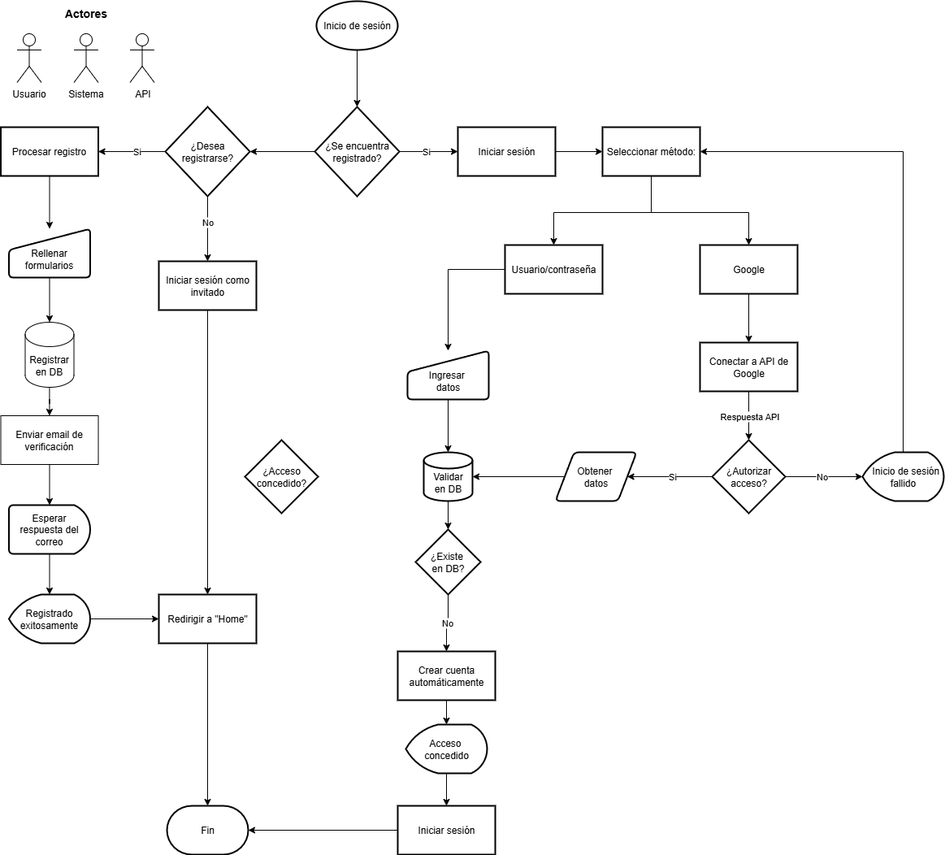
DjGuetta/App-Hotel-Management keeps this draw.io diagram as Flujograma de registro e inicio de sesión.png. Above is the earlier version. Source tidied: cells renumbered, new cells last; positions are measured from the earlier drawing's top-left corner, leaving out a move shared by most shapes.
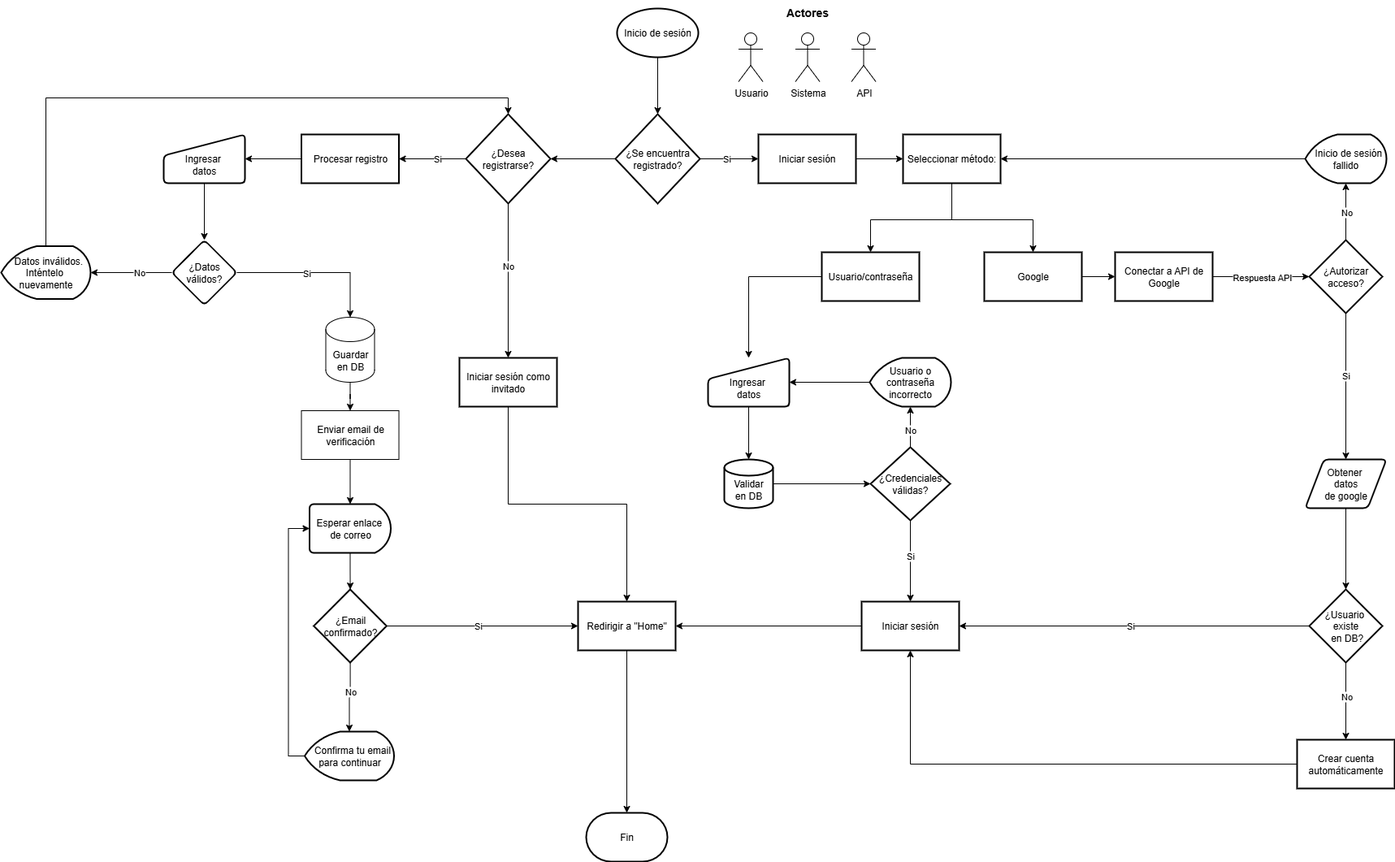
After the change.

Commit message:
Trabajo concluido

The edit, as a diff of the source:
```diff
@@ -5,9 +5,9 @@
     <mxCell id="2" value="Usuario" style="shape=umlActor;verticalLabelPosition=bottom;verticalAlign=top;html=1;" parent="1" vertex="1">
-      <mxGeometry x="19.5" y="40" width="30" height="60" as="geometry" />
+      <mxGeometry x="537.5" y="30" width="30" height="60" as="geometry" />
     </mxCell>
     <mxCell id="3" value="Actores" style="text;html=1;align=center;verticalAlign=middle;strokeColor=none;fillColor=none;fontSize=14;fontStyle=1;" parent="1" vertex="1">
-      <mxGeometry x="69" width="70" height="30" as="geometry" />
+      <mxGeometry x="587" y="-10" width="70" height="30" as="geometry" />
     </mxCell>
     <mxCell id="4" value="Sistema" style="shape=umlActor;verticalLabelPosition=bottom;verticalAlign=top;html=1;" parent="1" vertex="1">
-      <mxGeometry x="89.5" y="40" width="30" height="60" as="geometry" />
+      <mxGeometry x="607.5" y="30" width="30" height="60" as="geometry" />
     </mxCell>
@@ -34,3 +34,3 @@
     <mxCell id="11" value="API" style="shape=umlActor;verticalLabelPosition=bottom;verticalAlign=top;html=1;" parent="1" vertex="1">
-      <mxGeometry x="158.5" y="40" width="30" height="60" as="geometry" />
+      <mxGeometry x="676.5" y="30" width="30" height="60" as="geometry" />
     </mxCell>
@@ -46,3 +46,3 @@
           <mxPoint x="800" y="260" />
-          <mxPoint x="920" y="260" />
+          <mxPoint x="900" y="260" />
         </Array>
@@ -50,3 +50,3 @@
     </mxCell>
-    <mxCell id="15" style="edgeStyle=orthogonalEdgeStyle;rounded=0;jettySize=auto;html=1;entryX=0.5;entryY=0;entryDx=0;entryDy=0;" parent="1" edge="1" source="16" target="18">
+    <mxCell id="15" style="edgeStyle=orthogonalEdgeStyle;rounded=0;jettySize=auto;html=1;exitX=0.5;exitY=1;exitDx=0;exitDy=0;entryX=0.5;entryY=0;entryDx=0;entryDy=0;" parent="1" edge="1" source="16" target="18">
       <mxGeometry relative="1" as="geometry">
@@ -54,3 +54,3 @@
           <mxPoint x="800" y="260" />
-          <mxPoint x="680" y="260" />
+          <mxPoint x="700" y="260" />
         </Array>
@@ -65,3 +65,3 @@
     <mxCell id="18" value="Usuario/contraseña" style="whiteSpace=wrap;html=1;strokeWidth=2;" parent="1" vertex="1">
-      <mxGeometry x="620" y="300" width="120" height="60" as="geometry" />
+      <mxGeometry x="640" y="300" width="120" height="60" as="geometry" />
     </mxCell>
@@ -71,3 +71,3 @@
     <mxCell id="20" value="Google" style="whiteSpace=wrap;html=1;strokeWidth=2;" parent="1" vertex="1">
-      <mxGeometry x="860" y="300" width="120" height="60" as="geometry" />
+      <mxGeometry x="840" y="300" width="120" height="60" as="geometry" />
     </mxCell>
@@ -80,12 +80,4 @@
     <mxCell id="23" value="Conectar a API de Google" style="whiteSpace=wrap;html=1;strokeWidth=2;" parent="1" vertex="1">
-      <mxGeometry x="860" y="420" width="120" height="60" as="geometry" />
+      <mxGeometry x="1001" y="300" width="120" height="60" as="geometry" />
     </mxCell>
-    <mxCell id="24" style="edgeStyle=orthogonalEdgeStyle;rounded=0;jettySize=auto;html=1;" parent="1" edge="1" source="28" target="30">
-      <mxGeometry relative="1" as="geometry" />
-    </mxCell>
-    <mxCell id="25" value="No" style="edgeLabel;html=1;align=center;verticalAlign=middle;" parent="24" vertex="1">
-      <mxGeometry x="-0.07" relative="1" as="geometry">
-        <mxPoint y="-1" as="offset" />
-      </mxGeometry>
-    </mxCell>
     <mxCell id="26" style="edgeStyle=orthogonalEdgeStyle;rounded=0;jettySize=auto;html=1;" parent="1" edge="1" source="28" target="31">
@@ -95,9 +87,17 @@
       <mxGeometry x="-0.36" y="-1" relative="1" as="geometry">
-        <mxPoint x="-17" as="offset" />
+        <mxPoint y="18" as="offset" />
       </mxGeometry>
     </mxCell>
+    <mxCell id="24" style="edgeStyle=orthogonalEdgeStyle;rounded=0;jettySize=auto;html=1;" parent="1" edge="1" source="28" target="30">
+      <mxGeometry relative="1" as="geometry" />
+    </mxCell>
+    <mxCell id="69" value="No" style="edgeLabel;html=1;align=center;verticalAlign=middle;" parent="24" vertex="1">
+      <mxGeometry x="-0.23" y="-1" relative="1" as="geometry">
+        <mxPoint x="-1" y="-8" as="offset" />
+      </mxGeometry>
+    </mxCell>
     <mxCell id="28" value="¿Autorizar acceso?" style="rhombus;whiteSpace=wrap;html=1;strokeWidth=2;" parent="1" vertex="1">
-      <mxGeometry x="875" y="540" width="90" height="90" as="geometry" />
+      <mxGeometry x="1240" y="285" width="90" height="90" as="geometry" />
     </mxCell>
-    <mxCell id="29" style="edgeStyle=orthogonalEdgeStyle;rounded=0;jettySize=auto;html=1;exitX=0.5;exitY=0;exitDx=0;exitDy=0;exitPerimeter=0;entryX=1;entryY=0.5;entryDx=0;entryDy=0;" parent="1" edge="1" source="30" target="16">
+    <mxCell id="29" style="edgeStyle=orthogonalEdgeStyle;rounded=0;jettySize=auto;html=1;exitX=0;exitY=0.5;exitDx=0;exitDy=0;exitPerimeter=0;entryX=1;entryY=0.5;entryDx=0;entryDy=0;" parent="1" edge="1" source="30" target="16">
       <mxGeometry relative="1" as="geometry" />
@@ -105,23 +105,30 @@
     <mxCell id="30" value="&amp;nbsp; Inicio de sesión fallido" style="strokeWidth=2;html=1;shape=mxgraph.flowchart.display;whiteSpace=wrap;" parent="1" vertex="1">
-      <mxGeometry x="1060" y="555" width="100" height="60" as="geometry" />
+      <mxGeometry x="1235" y="155" width="100" height="60" as="geometry" />
     </mxCell>
+    <mxCell id="70" style="edgeStyle=orthogonalEdgeStyle;rounded=0;jettySize=auto;html=1;" parent="1" edge="1" source="31" target="49">
+      <mxGeometry relative="1" as="geometry" />
+    </mxCell>
-    <mxCell id="31" value="Obtener&amp;nbsp;&lt;div&gt;datos&lt;/div&gt;" style="shape=parallelogram;html=1;strokeWidth=2;perimeter=parallelogramPerimeter;whiteSpace=wrap;rounded=1;arcSize=12;size=0.23;" parent="1" vertex="1">
-      <mxGeometry x="682" y="555" width="100" height="60" as="geometry" />
+    <mxCell id="31" value="Obtener&amp;nbsp;&lt;div&gt;&lt;span style=&quot;background-color: transparent; color: light-dark(rgb(0, 0, 0), rgb(255, 255, 255));&quot;&gt;datos&lt;/span&gt;&lt;div&gt;de google&lt;/div&gt;&lt;/div&gt;" style="shape=parallelogram;html=1;strokeWidth=2;perimeter=parallelogramPerimeter;whiteSpace=wrap;rounded=1;arcSize=12;size=0.23;" parent="1" vertex="1">
+      <mxGeometry x="1235" y="555" width="100" height="60" as="geometry" />
     </mxCell>
-    <mxCell id="32" style="edgeStyle=orthogonalEdgeStyle;rounded=0;jettySize=auto;html=1;" parent="1" edge="1" source="34" target="36">
-      <mxGeometry relative="1" as="geometry" />
-    </mxCell>
-    <mxCell id="33" value="No" style="edgeLabel;html=1;align=center;verticalAlign=middle;" parent="32" vertex="1">
-      <mxGeometry x="-0.03" relative="1" as="geometry">
-        <mxPoint x="-2" as="offset" />
-      </mxGeometry>
-    </mxCell>
+    <mxCell id="71" style="edgeStyle=orthogonalEdgeStyle;rounded=0;jettySize=auto;html=1;" parent="1" edge="1" source="34" target="89">
+      <mxGeometry relative="1" as="geometry" />
+    </mxCell>
+    <mxCell id="72" value="No" style="edgeLabel;html=1;align=center;verticalAlign=middle;" parent="71" vertex="1">
+      <mxGeometry x="-0.12" y="1" relative="1" as="geometry" />
+    </mxCell>
+    <mxCell id="73" style="edgeStyle=orthogonalEdgeStyle;rounded=0;jettySize=auto;html=1;" parent="1" edge="1" source="34" target="40">
+      <mxGeometry relative="1" as="geometry" />
+    </mxCell>
+    <mxCell id="74" value="Si" style="edgeLabel;html=1;align=center;verticalAlign=middle;" parent="73" vertex="1">
+      <mxGeometry x="-0.14" y="-1" relative="1" as="geometry" />
+    </mxCell>
-    <mxCell id="34" value="¿Existe&amp;nbsp;&lt;div&gt;e&lt;span style=&quot;background-color: transparent; color: light-dark(rgb(0, 0, 0), rgb(255, 255, 255));&quot;&gt;n DB?&lt;/span&gt;&lt;/div&gt;" style="rhombus;whiteSpace=wrap;html=1;strokeWidth=2;" parent="1" vertex="1">
-      <mxGeometry x="510" y="650" width="80" height="80" as="geometry" />
+    <mxCell id="34" value="&lt;div&gt;&lt;span style=&quot;background-color: transparent; color: light-dark(rgb(0, 0, 0), rgb(255, 255, 255));&quot;&gt;¿Credenciales válidas?&lt;/span&gt;&lt;/div&gt;" style="rhombus;whiteSpace=wrap;html=1;strokeWidth=2;" parent="1" vertex="1">
+      <mxGeometry x="700" y="540" width="98" height="90" as="geometry" />
     </mxCell>
-    <mxCell id="35" style="edgeStyle=orthogonalEdgeStyle;rounded=0;jettySize=auto;html=1;" parent="1" edge="1" source="36" target="42">
-      <mxGeometry relative="1" as="geometry" />
-    </mxCell>
+    <mxCell id="75" style="edgeStyle=orthogonalEdgeStyle;rounded=0;jettySize=auto;html=1;exitX=0;exitY=0.5;exitDx=0;exitDy=0;entryX=0.5;entryY=1;entryDx=0;entryDy=0;" parent="1" edge="1" source="36" target="40">
+      <mxGeometry relative="1" as="geometry" />
+    </mxCell>
     <mxCell id="36" value="Crear cuenta automáticamente" style="whiteSpace=wrap;html=1;strokeWidth=2;" parent="1" vertex="1">
-      <mxGeometry x="488" y="800" width="120" height="60" as="geometry" />
+      <mxGeometry x="1225" y="900" width="120" height="60" as="geometry" />
     </mxCell>
@@ -131,21 +138,12 @@
     <mxCell id="38" value="Redirigir a &quot;Home&quot;" style="whiteSpace=wrap;html=1;strokeWidth=2;" parent="1" vertex="1">
-      <mxGeometry x="194" y="730" width="120" height="60" as="geometry" />
+      <mxGeometry x="340" y="730" width="120" height="60" as="geometry" />
     </mxCell>
     <mxCell id="39" value="Fin" style="strokeWidth=2;html=1;shape=mxgraph.flowchart.terminator;whiteSpace=wrap;" parent="1" vertex="1">
-      <mxGeometry x="204" y="990" width="100" height="60" as="geometry" />
+      <mxGeometry x="350" y="990" width="100" height="60" as="geometry" />
     </mxCell>
-    <mxCell id="40" value="Iniciar sesión" style="whiteSpace=wrap;html=1;strokeWidth=2;" parent="1" vertex="1">
-      <mxGeometry x="488" y="990" width="120" height="60" as="geometry" />
-    </mxCell>
-    <mxCell id="41" style="edgeStyle=orthogonalEdgeStyle;rounded=0;jettySize=auto;html=1;" parent="1" edge="1" source="42" target="40">
-      <mxGeometry relative="1" as="geometry" />
-    </mxCell>
-    <mxCell id="42" value="Acceso&amp;nbsp;&lt;div&gt;concedido&lt;/div&gt;" style="strokeWidth=2;html=1;shape=mxgraph.flowchart.display;whiteSpace=wrap;" parent="1" vertex="1">
-      <mxGeometry x="498" y="890" width="100" height="60" as="geometry" />
-    </mxCell>
-    <mxCell id="43" style="edgeStyle=orthogonalEdgeStyle;rounded=0;jettySize=auto;html=1;" parent="1" edge="1" source="44" target="53">
-      <mxGeometry relative="1" as="geometry" />
-    </mxCell>
+    <mxCell id="76" style="edgeStyle=orthogonalEdgeStyle;rounded=0;jettySize=auto;html=1;" parent="1" edge="1" source="44" target="94">
+      <mxGeometry relative="1" as="geometry" />
+    </mxCell>
-    <mxCell id="44" value="&lt;div&gt;&lt;br&gt;&lt;/div&gt;Rellenar formularios" style="html=1;strokeWidth=2;shape=manualInput;whiteSpace=wrap;rounded=1;size=26;arcSize=11;" parent="1" vertex="1">
-      <mxGeometry x="9.5" y="280" width="100" height="60" as="geometry" />
+    <mxCell id="44" value="&lt;div&gt;&lt;br&gt;&lt;/div&gt;&lt;div&gt;Ingresar&amp;nbsp;&lt;/div&gt;&lt;div&gt;datos&lt;/div&gt;" style="html=1;strokeWidth=2;shape=manualInput;whiteSpace=wrap;rounded=1;size=26;arcSize=11;" parent="1" vertex="1">
+      <mxGeometry x="-170" y="155" width="100" height="60" as="geometry" />
     </mxCell>
@@ -163,4 +161,18 @@
     </mxCell>
+    <mxCell id="77" style="edgeStyle=orthogonalEdgeStyle;rounded=0;jettySize=auto;html=1;exitX=0;exitY=0.5;exitDx=0;exitDy=0;entryX=1;entryY=0.5;entryDx=0;entryDy=0;" parent="1" edge="1" source="49" target="40">
+      <mxGeometry relative="1" as="geometry" />
+    </mxCell>
+    <mxCell id="78" value="Si" style="edgeLabel;html=1;align=center;verticalAlign=middle;" parent="77" vertex="1">
+      <mxGeometry x="0.03" y="-1" relative="1" as="geometry" />
+    </mxCell>
+    <mxCell id="79" style="edgeStyle=orthogonalEdgeStyle;rounded=0;jettySize=auto;html=1;" parent="1" edge="1" source="49" target="36">
+      <mxGeometry relative="1" as="geometry" />
+    </mxCell>
+    <mxCell id="80" value="No" style="edgeLabel;html=1;align=center;verticalAlign=middle;" parent="79" vertex="1">
+      <mxGeometry x="-0.14" y="2" relative="1" as="geometry">
+        <mxPoint x="-2" as="offset" />
+      </mxGeometry>
+    </mxCell>
-    <mxCell id="49" value="¿Acceso concedido?" style="rhombus;whiteSpace=wrap;html=1;strokeWidth=2;fontStyle=0;" parent="1" vertex="1">
-      <mxGeometry x="300" y="540" width="90" height="90" as="geometry" />
+    <mxCell id="49" value="¿Usuario&amp;nbsp;&lt;div&gt;existe&lt;/div&gt;&lt;div&gt;&amp;nbsp;en DB?&lt;/div&gt;" style="rhombus;whiteSpace=wrap;html=1;strokeWidth=2;fontStyle=0;" parent="1" vertex="1">
+      <mxGeometry x="1240" y="715" width="90" height="90" as="geometry" />
     </mxCell>
@@ -175,4 +187,4 @@
     </mxCell>
-    <mxCell id="53" value="Registrar en DB" style="shape=cylinder3;whiteSpace=wrap;html=1;boundedLbl=1;backgroundOutline=1;size=15;" parent="1" vertex="1">
-      <mxGeometry x="29.5" y="395" width="60" height="80" as="geometry" />
+    <mxCell id="53" value="Guardar en DB" style="shape=cylinder3;whiteSpace=wrap;html=1;boundedLbl=1;backgroundOutline=1;size=15;" parent="1" vertex="1">
+      <mxGeometry x="29.5" y="380" width="60" height="80" as="geometry" />
     </mxCell>
@@ -182,16 +194,10 @@
     <mxCell id="55" value="Enviar email de verificación" style="whiteSpace=wrap;html=1;" parent="1" vertex="1">
-      <mxGeometry x="-0.5" y="510" width="120" height="60" as="geometry" />
+      <mxGeometry x="-0.5" y="495" width="120" height="60" as="geometry" />
     </mxCell>
-    <mxCell id="56" style="edgeStyle=orthogonalEdgeStyle;rounded=0;jettySize=auto;html=1;" parent="1" edge="1" source="57" target="59">
-      <mxGeometry relative="1" as="geometry" />
-    </mxCell>
+    <mxCell id="81" style="edgeStyle=orthogonalEdgeStyle;rounded=0;jettySize=auto;html=1;" parent="1" edge="1" source="57" target="86">
+      <mxGeometry relative="1" as="geometry" />
+    </mxCell>
-    <mxCell id="57" value="Esperar respuesta del correo" style="strokeWidth=2;html=1;shape=mxgraph.flowchart.delay;whiteSpace=wrap;" parent="1" vertex="1">
-      <mxGeometry x="9.5" y="620" width="100" height="60" as="geometry" />
+    <mxCell id="57" value="Esperar enlace&amp;nbsp;&lt;div&gt;de correo&lt;/div&gt;" style="strokeWidth=2;html=1;shape=mxgraph.flowchart.delay;whiteSpace=wrap;" parent="1" vertex="1">
+      <mxGeometry x="9.5" y="610" width="100" height="60" as="geometry" />
     </mxCell>
-    <mxCell id="58" style="edgeStyle=orthogonalEdgeStyle;rounded=0;jettySize=auto;html=1;" parent="1" edge="1" source="59" target="38">
-      <mxGeometry relative="1" as="geometry" />
-    </mxCell>
-    <mxCell id="59" value="Registrado exitosamente" style="strokeWidth=2;html=1;shape=mxgraph.flowchart.display;whiteSpace=wrap;" parent="1" vertex="1">
-      <mxGeometry x="9.5" y="730" width="100" height="60" as="geometry" />
-    </mxCell>
     <mxCell id="60" style="edgeStyle=orthogonalEdgeStyle;rounded=0;jettySize=auto;html=1;" parent="1" edge="1" source="64" target="66">
@@ -215,10 +221,58 @@
     <mxCell id="66" value="Iniciar sesión como invitado" style="whiteSpace=wrap;html=1;strokeWidth=2;" parent="1" vertex="1">
-      <mxGeometry x="194" y="320" width="120" height="60" as="geometry" />
+      <mxGeometry x="194" y="430" width="120" height="60" as="geometry" />
     </mxCell>
-    <mxCell id="67" style="edgeStyle=orthogonalEdgeStyle;rounded=0;jettySize=auto;html=1;exitX=0;exitY=0.5;exitDx=0;exitDy=0;entryX=1;entryY=0.5;entryDx=0;entryDy=0;entryPerimeter=0;" parent="1" edge="1" source="31" target="48">
-      <mxGeometry relative="1" as="geometry" />
-    </mxCell>
-    <mxCell id="68" style="edgeStyle=orthogonalEdgeStyle;rounded=0;jettySize=auto;html=1;exitX=0;exitY=0.5;exitDx=0;exitDy=0;entryX=1;entryY=0.5;entryDx=0;entryDy=0;entryPerimeter=0;" parent="1" edge="1" source="40" target="39">
-      <mxGeometry relative="1" as="geometry" />
-    </mxCell>
+    <mxCell id="82" style="edgeStyle=orthogonalEdgeStyle;rounded=0;jettySize=auto;html=1;" parent="1" edge="1" source="86" target="38">
+      <mxGeometry relative="1" as="geometry" />
+    </mxCell>
+    <mxCell id="83" value="Si" style="edgeLabel;html=1;align=center;verticalAlign=middle;" parent="82" vertex="1">
+      <mxGeometry x="-0.05" y="1" relative="1" as="geometry" />
+    </mxCell>
+    <mxCell id="84" style="edgeStyle=orthogonalEdgeStyle;rounded=0;jettySize=auto;html=1;" parent="1" edge="1" source="86" target="87">
+      <mxGeometry relative="1" as="geometry" />
+    </mxCell>
+    <mxCell id="85" value="No" style="edgeLabel;html=1;align=center;verticalAlign=middle;" parent="84" vertex="1">
+      <mxGeometry x="-0.17" relative="1" as="geometry" />
+    </mxCell>
+    <mxCell id="86" value="¿Email confirmado?" style="rhombus;whiteSpace=wrap;html=1;strokeWidth=2;" parent="1" vertex="1">
+      <mxGeometry x="14.8" y="715" width="89.5" height="90" as="geometry" />
+    </mxCell>
+    <mxCell id="87" value="&amp;nbsp; Confirma tu email para continuar" style="strokeWidth=2;html=1;shape=mxgraph.flowchart.display;whiteSpace=wrap;" parent="1" vertex="1">
+      <mxGeometry x="3.5" y="890" width="110" height="60" as="geometry" />
+    </mxCell>
+    <mxCell id="88" style="edgeStyle=orthogonalEdgeStyle;rounded=0;jettySize=auto;html=1;" parent="1" edge="1" source="89" target="46">
+      <mxGeometry relative="1" as="geometry" />
+    </mxCell>
+    <mxCell id="89" value="Usuario o contraseña incorrecto" style="strokeWidth=2;html=1;shape=mxgraph.flowchart.display;whiteSpace=wrap;" parent="1" vertex="1">
+      <mxGeometry x="699" y="430" width="100" height="60" as="geometry" />
+    </mxCell>
+    <mxCell id="90" style="edgeStyle=orthogonalEdgeStyle;rounded=0;jettySize=auto;html=1;exitX=0;exitY=0.5;exitDx=0;exitDy=0;exitPerimeter=0;entryX=0;entryY=0.5;entryDx=0;entryDy=0;entryPerimeter=0;" parent="1" edge="1" source="87" target="57">
+      <mxGeometry relative="1" as="geometry" />
+    </mxCell>
+    <mxCell id="91" style="edgeStyle=orthogonalEdgeStyle;rounded=0;jettySize=auto;html=1;exitX=0;exitY=0.5;exitDx=0;exitDy=0;entryX=1;entryY=0.5;entryDx=0;entryDy=0;" parent="1" edge="1" source="40" target="38">
+      <mxGeometry relative="1" as="geometry" />
+    </mxCell>
+    <mxCell id="40" value="Iniciar sesión" style="whiteSpace=wrap;html=1;strokeWidth=2;" parent="1" vertex="1">
+      <mxGeometry x="689" y="730" width="120" height="60" as="geometry" />
+    </mxCell>
+    <mxCell id="92" style="edgeStyle=orthogonalEdgeStyle;rounded=0;jettySize=auto;html=1;" parent="1" edge="1" source="94" target="98">
+      <mxGeometry relative="1" as="geometry" />
+    </mxCell>
+    <mxCell id="93" value="No" style="edgeLabel;html=1;align=center;verticalAlign=middle;" parent="92" vertex="1">
+      <mxGeometry x="-0.18" y="-1" relative="1" as="geometry" />
+    </mxCell>
+    <mxCell id="94" value="¿Datos válidos?" style="rhombus;whiteSpace=wrap;html=1;strokeWidth=2;rounded=1;arcSize=11;" parent="1" vertex="1">
+      <mxGeometry x="-160" y="285" width="80" height="80" as="geometry" />
+    </mxCell>
+    <mxCell id="95" style="edgeStyle=orthogonalEdgeStyle;rounded=0;jettySize=auto;html=1;exitX=1;exitY=0.5;exitDx=0;exitDy=0;entryX=0.5;entryY=0;entryDx=0;entryDy=0;entryPerimeter=0;" parent="1" edge="1" source="94" target="53">
+      <mxGeometry relative="1" as="geometry" />
+    </mxCell>
+    <mxCell id="96" value="Si" style="edgeLabel;html=1;align=center;verticalAlign=middle;" parent="95" vertex="1">
+      <mxGeometry x="-0.13" relative="1" as="geometry" />
+    </mxCell>
+    <mxCell id="97" style="edgeStyle=orthogonalEdgeStyle;rounded=0;jettySize=auto;html=1;exitX=0.5;exitY=0;exitDx=0;exitDy=0;exitPerimeter=0;entryX=0.5;entryY=0;entryDx=0;entryDy=0;" parent="1" edge="1" source="98" target="64">
+      <mxGeometry relative="1" as="geometry" />
+    </mxCell>
+    <mxCell id="98" value="&amp;nbsp; Datos inválidos.&lt;div&gt;&lt;span style=&quot;background-color: transparent; color: light-dark(rgb(0, 0, 0), rgb(255, 255, 255));&quot;&gt;Inténtelo&amp;nbsp;&lt;/span&gt;&lt;/div&gt;&lt;div&gt;&lt;span style=&quot;background-color: transparent; color: light-dark(rgb(0, 0, 0), rgb(255, 255, 255));&quot;&gt;nuevamente&lt;/span&gt;&lt;/div&gt;" style="strokeWidth=2;html=1;shape=mxgraph.flowchart.display;whiteSpace=wrap;" parent="1" vertex="1">
+      <mxGeometry x="-370" y="292.5" width="110" height="65" as="geometry" />
+    </mxCell>
   </root>
```
